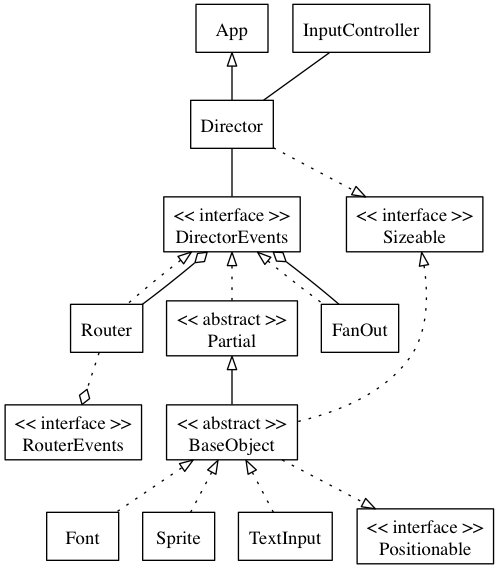
The Graphviz diagram docs/class_diagram.png in michaelcontento/bono, before a commit. Its source is kept beside it as docs/class_diagram.dot.
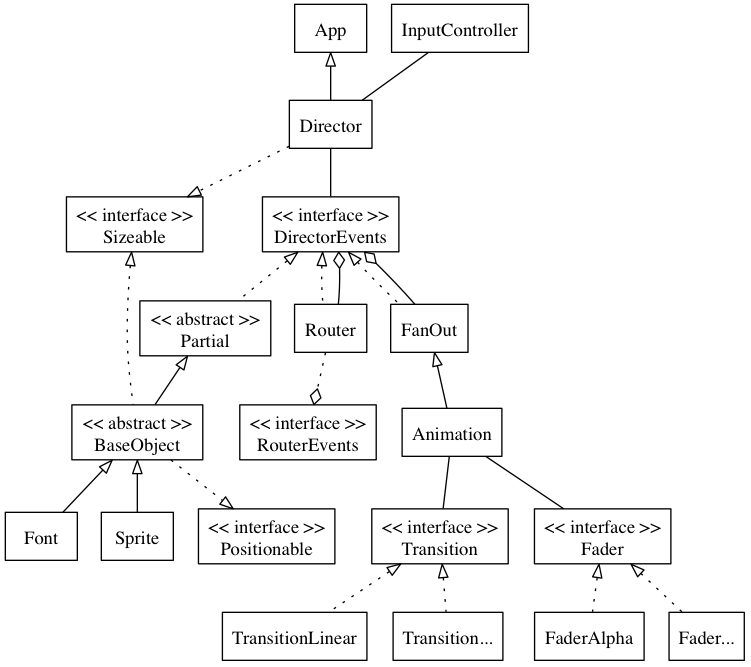
The same file after the commit.

Commit message:
Class diagram updated

The edit, as a diff of the source:
```diff
@@ -4,7 +4,10 @@
     subgraph extends {
         edge [dir=back, arrowtail=onormal]
         App -> Director [weight=8]
-        Partial -> BaseObject [weight=8]
+        Partial -> BaseObject
+        FanOut -> Animation
+        BaseObject -> Font
+        BaseObject -> Sprite
     }
 
     subgraph aggregations {
@@ -17,26 +20,33 @@
     subgraph relations {
         edge [arrowhead=none]
         Director -> DirectorEvents [weight=8]
-        InputController -> Director
+        Director -> InputController [constraint=false]
+        Animation -> Fader
+        Animation -> Transition
     }
 
     subgraph implements {
         edge [style=dotted, dir=back, arrowtail=onormal, arrowhead=onormal]
-        BaseObject -> Font
-        BaseObject -> Sprite
-        BaseObject -> TextInput
         DirectorEvents -> FanOut
-        DirectorEvents -> Partial [weight=8]
+        DirectorEvents -> Partial
         DirectorEvents -> Router
         Sizeable -> BaseObject
         BaseObject -> Positionable [dir=normal]
         Director -> Sizeable [dir=normal]
+        Fader -> FaderAlpha
+        Fader -> FaderFF
+        Transition -> TransitionLinear
+        Transition -> TransitionFF
     }
 
+    FaderFF [label="Fader..."]
+    TransitionFF [label="Transition..."]
     BaseObject [label="<< abstract >>\nBaseObject"]
     DirectorEvents [label="<< interface >>\nDirectorEvents"]
-    RouterEvents [label="<< interface >>\nRouterEvents"]
+    Fader [label="<< interface >>\nFader"]
     Partial [label="<< abstract >>\nPartial"]
     Positionable [label="<< interface >>\nPositionable"]
+    RouterEvents [label="<< interface >>\nRouterEvents"]
     Sizeable [label="<< interface >>\nSizeable"]
+    Transition [label="<< interface >>\nTransition"]
 }
```
